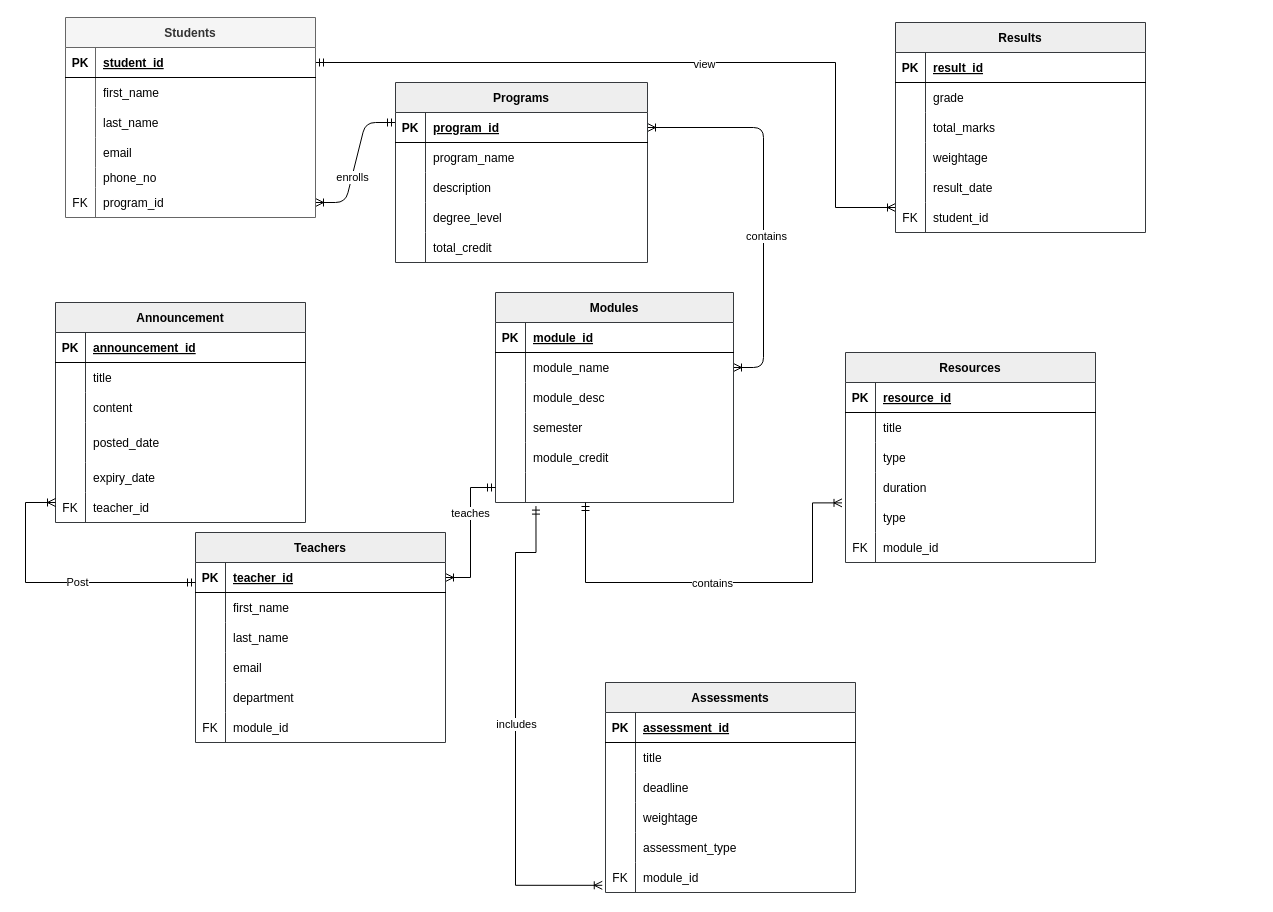
Earlier version of the draw.io diagram Database.drawio (pawal-karki/DRAW.IO). Source tidied: cells renumbered, new cells numbered last; positions are measured from the earlier drawing's top-left corner, leaving out a move shared by most shapes. Both pictures are drawn from the tidied source at 100%, with x=0, y=0 at pixel (25, 17).
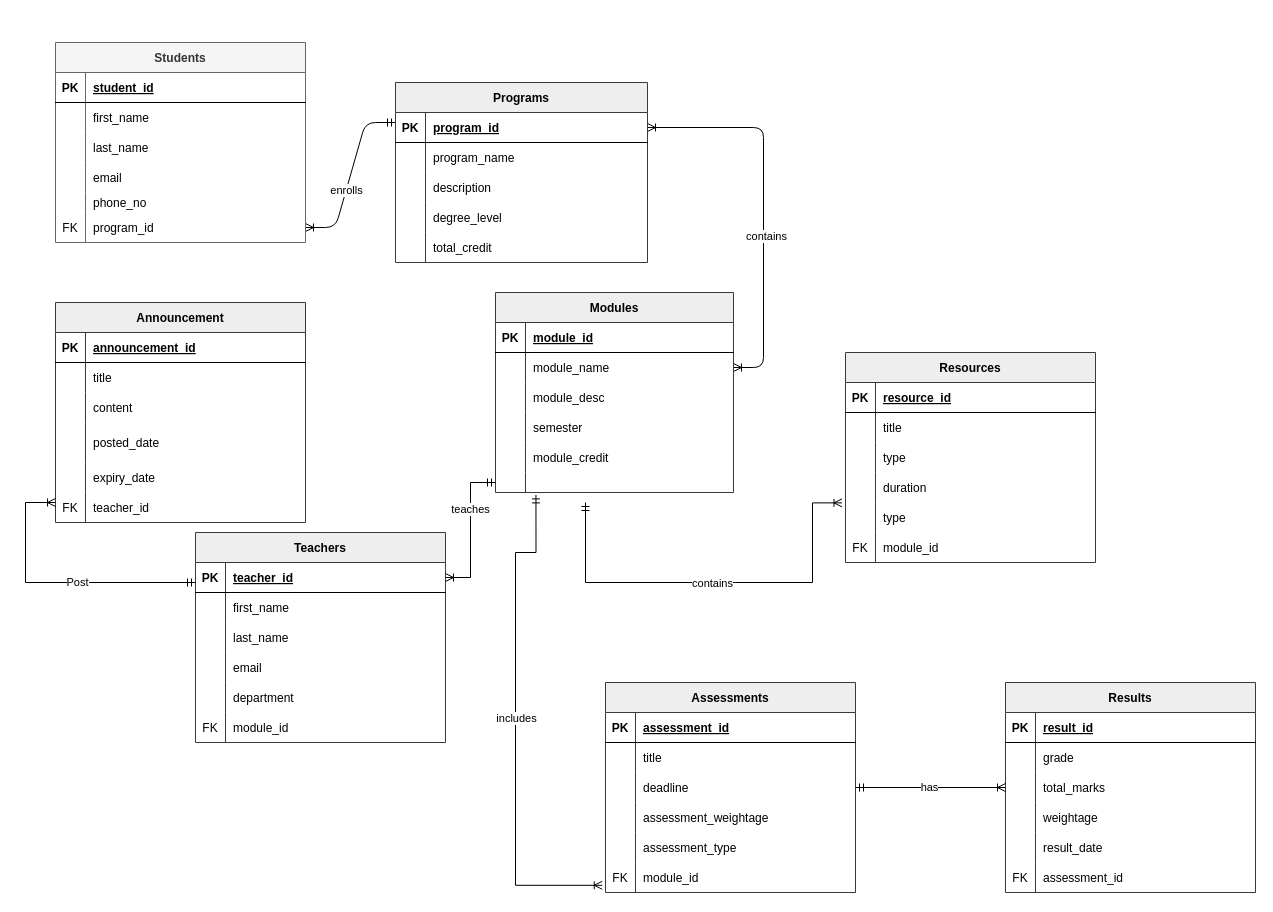
Above is the later version.

Unchanged cells that the change refers to:
```xml
<mxCell id="44" style="shape=partialRectangle;fillColor=none;points=[[0,0.5],[1,0.5]];portConstraint=eastwest;top=0;left=0;right=0;bottom=1;" parent="43" vertex="1">
  <mxGeometry y="30" width="250" height="30" as="geometry" />
</mxCell>
<mxCell id="111" style="shape=partialRectangle;fillColor=none;points=[[0,0.5],[1,0.5]];portConstraint=eastwest;top=0;left=0;right=0;bottom=0;" parent="104" vertex="1">
  <mxGeometry y="90" width="250" height="30" as="geometry" />
</mxCell>
<mxCell id="114" style="shape=partialRectangle;fillColor=none;top=0;left=0;right=0;bottom=0;" parent="104" vertex="1">
  <mxGeometry y="120" width="250" height="30" as="geometry" />
</mxCell>
<mxCell id="151" style="shape=partialRectangle;fillColor=none;points=[[0,0.5],[1,0.5]];portConstraint=eastwest;top=0;left=0;right=0;bottom=0;" parent="144" vertex="1">
  <mxGeometry y="90" width="250" height="30" as="geometry" />
</mxCell>
<mxCell id="160" style="shape=partialRectangle;fillColor=none;points=[[0,0.5],[1,0.5]];portConstraint=eastwest;top=0;left=0;right=0;bottom=0;" parent="144" vertex="1">
  <mxGeometry y="180" width="250" height="30" as="geometry" />
</mxCell>
```

Diff of the diagram source:
```diff
@@
     <mxCell id="22" value="Modules" style="shape=table;startSize=30;childLayout=tableLayout;rowLines=0;fontStyle=1;align=center;fillColor=#eeeeee;strokeColor=#36393d;" parent="1" vertex="1">
-      <mxGeometry x="470" y="275" width="238" height="210" as="geometry" />
+      <mxGeometry x="470" y="275" width="238" height="200" as="geometry" />
     </mxCell>
@@
     <mxCell id="38" style="shape=partialRectangle;fillColor=none;points=[[0,0.5],[1,0.5]];portConstraint=eastwest;top=0;left=0;right=0;bottom=0;" parent="22" vertex="1">
-      <mxGeometry y="180" width="238" height="30" as="geometry" />
+      <mxGeometry y="180" width="238" height="20" as="geometry" />
     </mxCell>
     <mxCell id="39" style="shape=partialRectangle;overflow=hidden;fillColor=none;top=0;left=0;bottom=0;right=0;" parent="38" vertex="1">
-      <mxGeometry width="30" height="30" as="geometry" />
+      <mxGeometry width="30" height="20" as="geometry" />
     </mxCell>
     <mxCell id="40" style="shape=partialRectangle;overflow=hidden;fillColor=none;top=0;left=0;bottom=0;right=0;align=left;spacingLeft=6;" parent="38" vertex="1">
-      <mxGeometry x="30" width="208" height="30" as="geometry" />
+      <mxGeometry x="30" width="208" height="20" as="geometry" />
     </mxCell>
-    <mxCell id="41" style="edgeStyle=orthogonalEdgeStyle;rounded=0;jettySize=auto;html=1;exitX=1;exitY=0.5;exitDx=0;exitDy=0;endArrow=ERoneToMany;endFill=0;startArrow=ERmandOne;startFill=0;" parent="1" edge="1" source="44" target="160">
-      <mxGeometry relative="1" as="geometry">
-        <Array as="points">
-          <mxPoint x="810" y="45" />
-          <mxPoint x="810" y="190" />
-        </Array>
-      </mxGeometry>
-    </mxCell>
-    <mxCell id="42" value="view" style="edgeLabel;html=1;align=center;verticalAlign=middle;" parent="41" vertex="1">
-      <mxGeometry x="0.07" y="-1" relative="1" as="geometry" />
-    </mxCell>
     <mxCell id="43" value="Students" style="shape=table;startSize=30;childLayout=tableLayout;rowLines=0;fontStyle=1;align=center;fillColor=#f5f5f5;fontColor=#333333;strokeColor=#666666;" parent="1" vertex="1">
-      <mxGeometry x="40" width="250" height="200" as="geometry" />
+      <mxGeometry x="30" y="25" width="250" height="200" as="geometry" />
     </mxCell>
@@
-    <mxCell id="116" value="weightage" style="shape=partialRectangle;overflow=hidden;fillColor=none;top=0;left=0;bottom=0;right=0;align=left;spacingLeft=6;" parent="114" vertex="1">
+    <mxCell id="116" value="assessment_weightage" style="shape=partialRectangle;overflow=hidden;fillColor=none;top=0;left=0;bottom=0;right=0;align=left;spacingLeft=6;" parent="114" vertex="1">
       <mxGeometry x="30" width="220" height="30" as="geometry" />
     </mxCell>
@@
     <mxCell id="144" value="Results" style="shape=table;startSize=30;childLayout=tableLayout;rowLines=0;fontStyle=1;align=center;fillColor=#eeeeee;strokeColor=#36393d;" parent="1" vertex="1">
-      <mxGeometry x="870" y="5" width="250" height="210" as="geometry" />
+      <mxGeometry x="980" y="665" width="250" height="210" as="geometry" />
     </mxCell>
@@
-    <mxCell id="162" value="student_id" style="shape=partialRectangle;overflow=hidden;fillColor=none;top=0;left=0;bottom=0;right=0;align=left;spacingLeft=6;" parent="160" vertex="1">
+    <mxCell id="162" value="assessment_id" style="shape=partialRectangle;overflow=hidden;fillColor=none;top=0;left=0;bottom=0;right=0;align=left;spacingLeft=6;" parent="160" vertex="1">
       <mxGeometry x="30" width="220" height="30" as="geometry" />
     </mxCell>
@@
+    <mxCell id="165" style="edgeStyle=orthogonalEdgeStyle;rounded=0;jettySize=auto;html=1;exitX=1;exitY=0.5;exitDx=0;exitDy=0;entryX=0;entryY=0.5;entryDx=0;entryDy=0;startArrow=ERmandOne;startFill=0;endArrow=ERoneToMany;endFill=0;" parent="1" edge="1" source="111" target="151">
+      <mxGeometry relative="1" as="geometry" />
+    </mxCell>
+    <mxCell id="166" value="has" style="edgeLabel;html=1;align=center;verticalAlign=middle;" parent="165" vertex="1">
+      <mxGeometry x="-0.03" y="1" relative="1" as="geometry" />
+    </mxCell>
```
